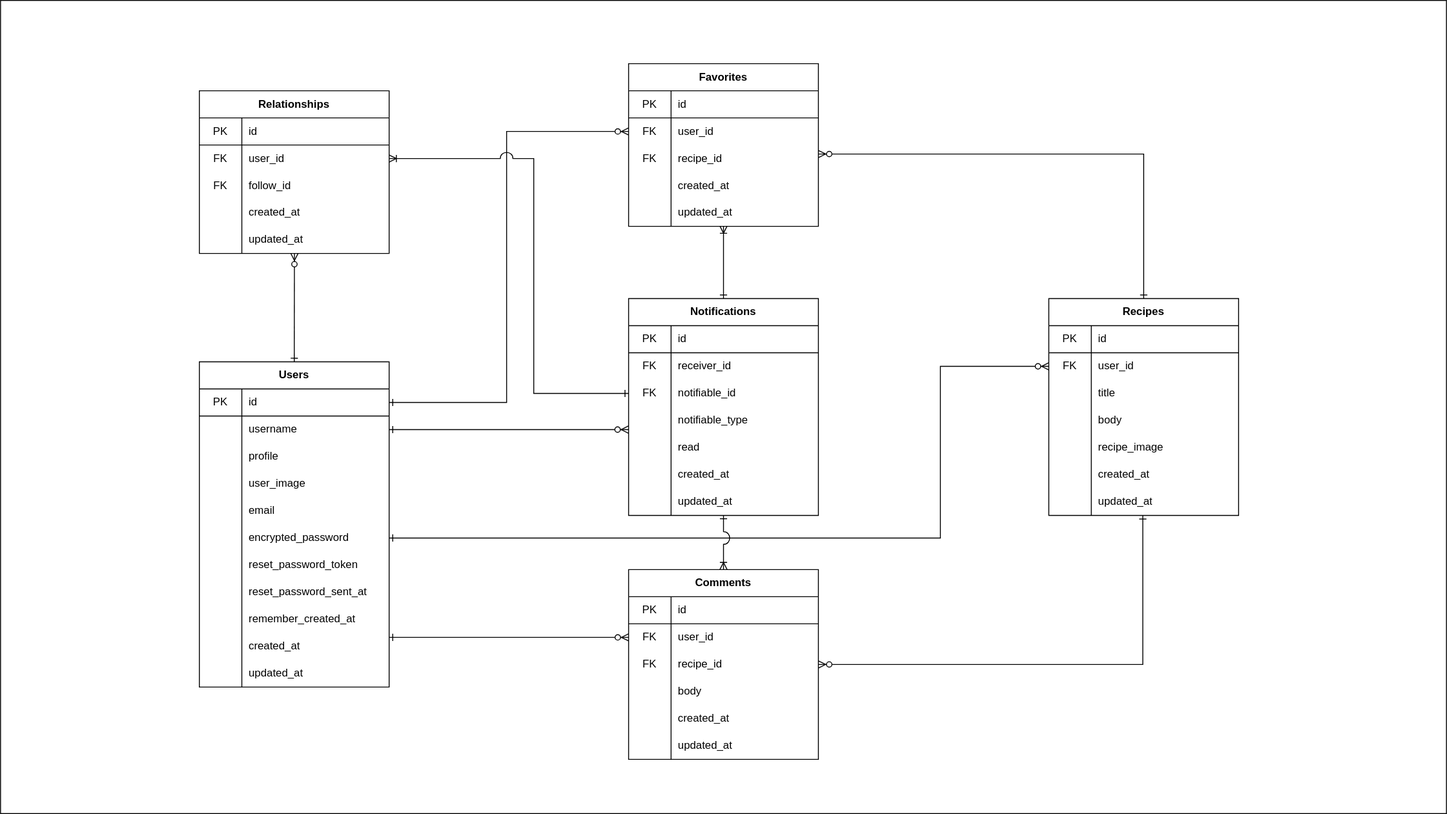
kwtuku/recipegram keeps this draw.io diagram as er_diagram.drawio.svg. Above is the earlier version. Source tidied: cells renumbered, new cells last; positions are measured from the earlier drawing's top-left corner, leaving out a move shared by most shapes.
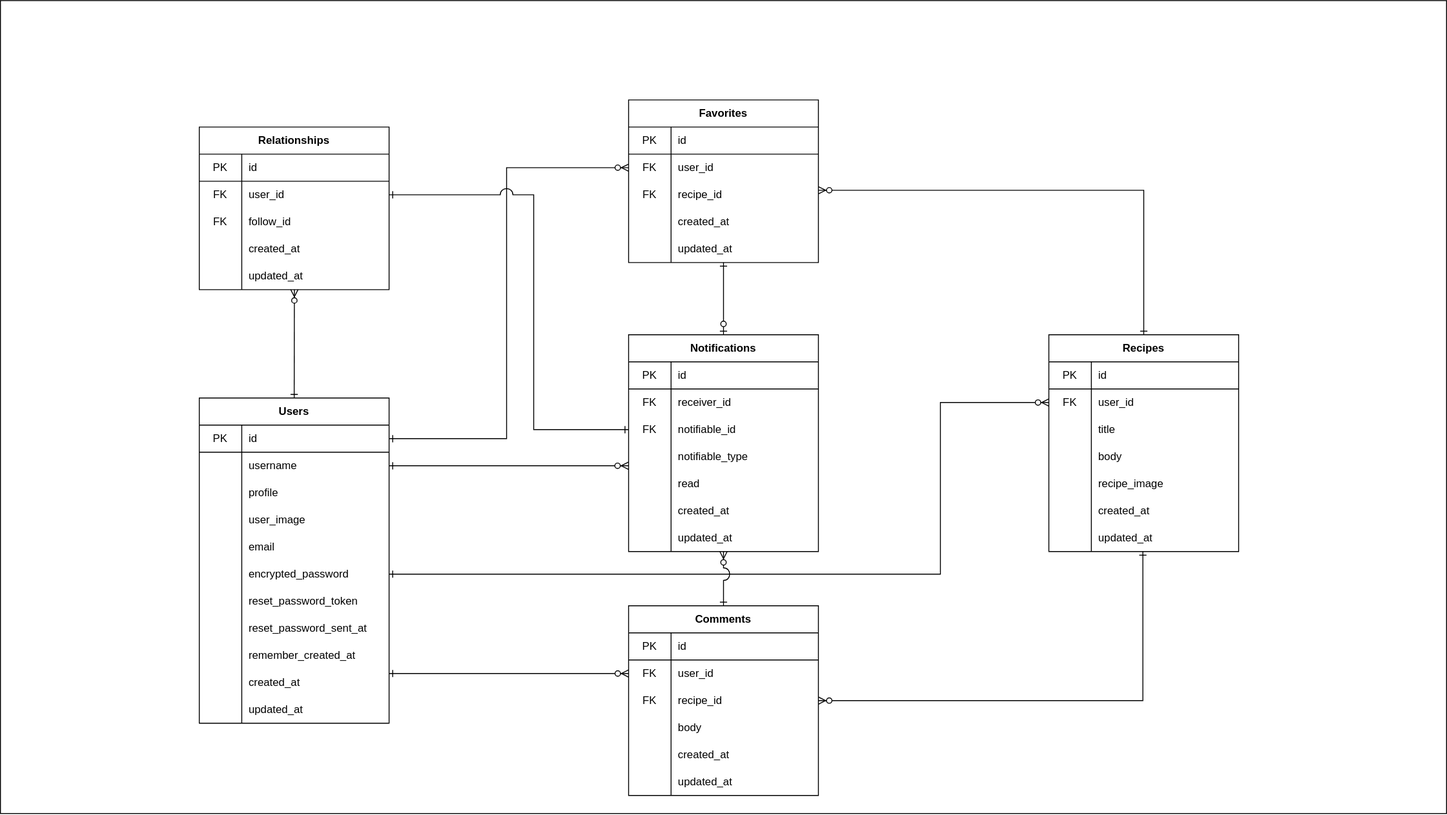
Later version of the same file.

Change to the diagram source:
```diff
@@ -3,7 +3,7 @@
     <mxCell id="0" />
     <mxCell id="1" parent="0" />
     <mxCell id="2" style="rounded=0;whiteSpace=wrap;html=1;fillColor=none;" parent="1" vertex="1">
-      <mxGeometry width="1600" height="900" as="geometry" />
+      <mxGeometry y="-40" width="1600" height="900" as="geometry" />
     </mxCell>
     <mxCell id="3" value="Users" style="shape=table;html=1;whiteSpace=wrap;startSize=30;rowLines=0;fontStyle=1;align=center;" parent="1" vertex="1">
       <mxGeometry x="220" y="400" width="210" height="360" as="geometry" />
@@ -107,7 +107,7 @@
     <mxCell id="36" value="updated_at&lt;br&gt;" style="shape=partialRectangle;html=1;whiteSpace=wrap;fillColor=none;top=0;left=0;bottom=0;right=0;align=left;spacingLeft=6;overflow=hidden;" parent="34" vertex="1">
       <mxGeometry x="47" width="163" height="30" as="geometry" />
     </mxCell>
-    <mxCell id="37" style="rounded=0;jumpStyle=arc;jumpSize=14;jettySize=auto;html=1;exitX=0.497;exitY=1.014;exitDx=0;exitDy=0;entryX=1;entryY=0.5;entryDx=0;entryDy=0;startArrow=ERone;startFill=0;endArrow=ERzeroToMany;endFill=1;exitPerimeter=0;" parent="1" edge="1" source="51" target="x">
+    <mxCell id="37" style="rounded=0;jumpStyle=arc;jumpSize=14;jettySize=auto;html=1;exitX=0.497;exitY=1.014;exitDx=0;exitDy=0;entryX=1;entryY=0.5;entryDx=0;entryDy=0;startArrow=ERone;startFill=0;endArrow=ERzeroToMany;endFill=1;exitPerimeter=0;" parent="1" edge="1" source="51">
       <mxGeometry relative="1" as="geometry">
         <Array as="points">
           <mxPoint x="1264" y="665" />
@@ -333,9 +333,6 @@
     <mxCell id="110" value="updated_at" style="shape=partialRectangle;html=1;whiteSpace=wrap;fillColor=none;top=0;left=0;bottom=0;right=0;align=left;spacingLeft=6;overflow=hidden;" parent="108" vertex="1">
       <mxGeometry x="47" width="163" height="30" as="geometry" />
     </mxCell>
-    <mxCell id="111" style="edgeStyle=orthogonalEdgeStyle;rounded=0;jettySize=auto;html=1;exitX=0.5;exitY=0;exitDx=0;exitDy=0;startArrow=ERone;startFill=0;endArrow=ERoneToMany;endFill=0;entryX=0.5;entryY=0.99;entryDx=0;entryDy=0;entryPerimeter=0;" parent="1" edge="1" source="112" target="92">
-      <mxGeometry relative="1" as="geometry" />
-    </mxCell>
     <mxCell id="112" value="Notifications" style="shape=table;html=1;whiteSpace=wrap;startSize=30;rowLines=0;fontStyle=1;align=center;" parent="1" vertex="1">
       <mxGeometry x="695" y="330" width="210" height="240" as="geometry" />
     </mxCell>
@@ -418,7 +415,7 @@
         </Array>
       </mxGeometry>
     </mxCell>
-    <mxCell id="137" style="edgeStyle=none;rounded=0;jettySize=auto;html=1;entryX=0;entryY=0.5;entryDx=0;entryDy=0;startArrow=ERone;startFill=0;endArrow=ERzeroToMany;endFill=1;" parent="1" edge="1" target="x">
+    <mxCell id="137" style="edgeStyle=none;rounded=0;orthogonalLoop=1;jettySize=auto;html=1;entryX=0;entryY=0.5;entryDx=0;entryDy=0;startArrow=ERone;startFill=0;endArrow=ERzeroToMany;endFill=1;" parent="1" edge="1">
       <mxGeometry relative="1" as="geometry">
         <mxPoint x="431" y="665" as="sourcePoint" />
       </mxGeometry>
@@ -448,19 +445,26 @@
         </Array>
       </mxGeometry>
     </mxCell>
-    <mxCell id="141" style="edgeStyle=orthogonalEdgeStyle;rounded=0;jettySize=auto;html=1;exitX=0;exitY=0.5;exitDx=0;exitDy=0;entryX=1;entryY=0.5;entryDx=0;entryDy=0;startArrow=ERone;startFill=0;endArrow=ERoneToMany;endFill=0;jumpStyle=arc;jumpSize=14;" parent="1" edge="1" source="119" target="99">
-      <mxGeometry relative="1" as="geometry">
-        <Array as="points">
-          <mxPoint x="590" y="435" />
-          <mxPoint x="590" y="175" />
-        </Array>
-      </mxGeometry>
-    </mxCell>
-    <mxCell id="142" style="edgeStyle=orthogonalEdgeStyle;rounded=0;jumpStyle=arc;jumpSize=14;jettySize=auto;html=1;exitX=0.5;exitY=0.989;exitDx=0;exitDy=0;entryX=0.5;entryY=0;entryDx=0;entryDy=0;startArrow=ERone;startFill=0;endArrow=ERoneToMany;endFill=0;exitPerimeter=0;" parent="1" edge="1" source="131" target="60">
-      <mxGeometry relative="1" as="geometry" />
-    </mxCell>
     <mxCell id="143" style="edgeStyle=orthogonalEdgeStyle;rounded=0;jumpStyle=arc;jumpSize=14;jettySize=auto;html=1;exitX=1;exitY=0.5;exitDx=0;exitDy=0;startArrow=ERone;startFill=0;endArrow=ERzeroToMany;endFill=1;entryX=-0.001;entryY=0.834;entryDx=0;entryDy=0;entryPerimeter=0;" parent="1" edge="1" source="7" target="122">
       <mxGeometry relative="1" as="geometry" />
     </mxCell>
+    <mxCell id="144" style="edgeStyle=orthogonalEdgeStyle;rounded=0;jettySize=auto;html=1;exitX=1;exitY=0.5;exitDx=0;exitDy=0;entryX=0;entryY=0.5;entryDx=0;entryDy=0;jumpStyle=arc;jumpSize=14;startArrow=ERone;startFill=0;endArrow=ERone;endFill=0;" parent="1" edge="1" source="99" target="119">
+      <mxGeometry relative="1" as="geometry">
+        <Array as="points">
+          <mxPoint x="590" y="175" />
+          <mxPoint x="590" y="435" />
+        </Array>
+      </mxGeometry>
+    </mxCell>
+    <mxCell id="145" style="edgeStyle=orthogonalEdgeStyle;rounded=0;jumpStyle=arc;jumpSize=14;jettySize=auto;html=1;entryX=0.5;entryY=0;entryDx=0;entryDy=0;startArrow=ERone;startFill=0;endArrow=ERzeroToOne;endFill=1;" parent="1" edge="1" target="112">
+      <mxGeometry relative="1" as="geometry">
+        <mxPoint x="800" y="250" as="sourcePoint" />
+      </mxGeometry>
+    </mxCell>
+    <mxCell id="146" style="edgeStyle=orthogonalEdgeStyle;rounded=0;jumpStyle=arc;jumpSize=14;jettySize=auto;html=1;exitX=0.5;exitY=0;exitDx=0;exitDy=0;startArrow=ERone;startFill=0;endArrow=ERzeroToMany;endFill=1;" parent="1" edge="1" source="60">
+      <mxGeometry relative="1" as="geometry">
+        <mxPoint x="800" y="570" as="targetPoint" />
+      </mxGeometry>
+    </mxCell>
   </root>
 </mxGraphModel>
```
